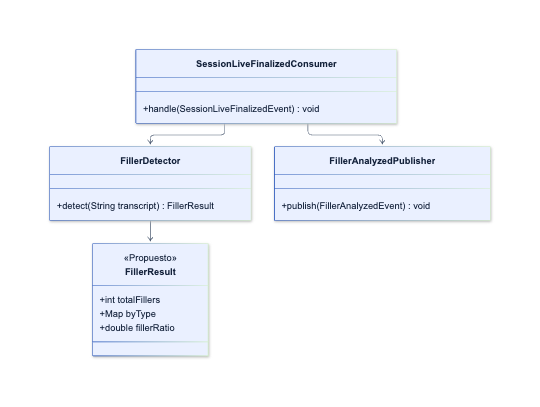
Above: assets/diagrams/tactical/02-speech-analysis-classes.png in upc-pre-202620-si728-16365-thropic/talki-project-report (Mermaid), before the change. Its source is kept beside it as assets/diagrams/tactical/02-speech-analysis-classes.mmd.
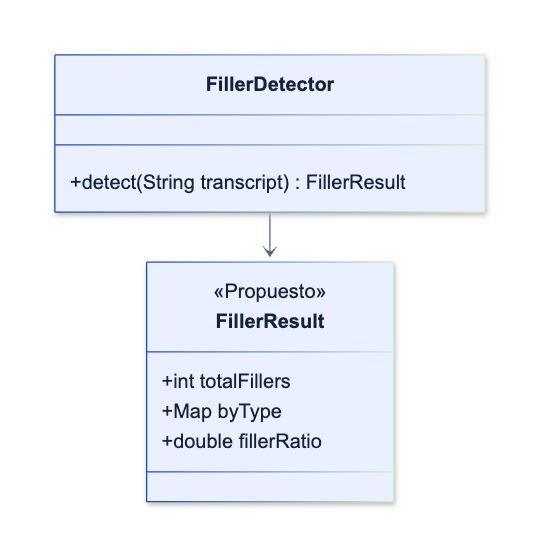
The same file after the commit.

Diff of the diagram source:
```diff
@@ -1,7 +1,5 @@
 classDiagram
-    class SessionLiveFinalizedConsumer {
-        +handle(SessionLiveFinalizedEvent) void
-    }
+
     class FillerDetector {
         +detect(String transcript) FillerResult
     }
@@ -11,9 +9,5 @@
         +Map byType
         +double fillerRatio
     }
-    class FillerAnalyzedPublisher {
-        +publish(FillerAnalyzedEvent) void
-    }
-    SessionLiveFinalizedConsumer --> FillerDetector
-    SessionLiveFinalizedConsumer --> FillerAnalyzedPublisher
+
     FillerDetector --> FillerResult
```
